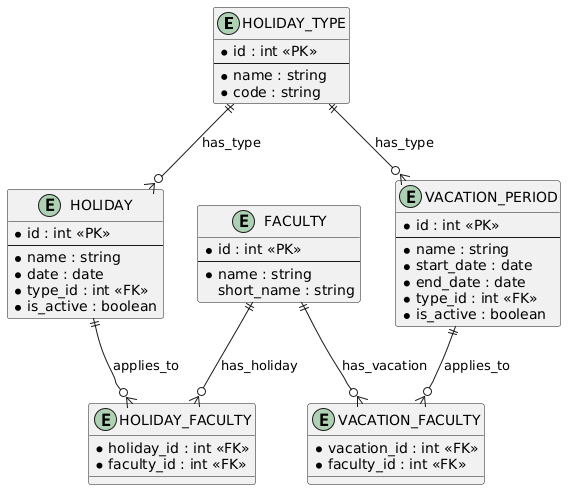
Earlier version of the PlantUML export S21/erd.png (YuriSilenok/KPK_UP2_24-1P11). The source it was exported from:
```plantuml
@startuml
entity HOLIDAY_TYPE {
    * id : int <<PK>>
    --
    * name : string
    * code : string
}

entity HOLIDAY {
    * id : int <<PK>>
    --
    * name : string
    * date : date
    * type_id : int <<FK>>
    * is_active : boolean
}

entity VACATION_PERIOD {
    * id : int <<PK>>
    --
    * name : string
    * start_date : date
    * end_date : date
    * type_id : int <<FK>>
    * is_active : boolean
}

entity FACULTY {
    * id : int <<PK>>
    --
    * name : string
    short_name : string
}

entity HOLIDAY_FACULTY {
    * holiday_id : int <<FK>>
    * faculty_id : int <<FK>>
}

entity VACATION_FACULTY {
    * vacation_id : int <<FK>>
    * faculty_id : int <<FK>>
}

HOLIDAY_TYPE ||--o{ HOLIDAY : has_type
HOLIDAY_TYPE ||--o{ VACATION_PERIOD : has_type
HOLIDAY ||--o{ HOLIDAY_FACULTY : applies_to
VACATION_PERIOD ||--o{ VACATION_FACULTY : applies_to
FACULTY ||--o{ HOLIDAY_FACULTY : has_holiday
FACULTY ||--o{ VACATION_FACULTY : has_vacation
@enduml
```
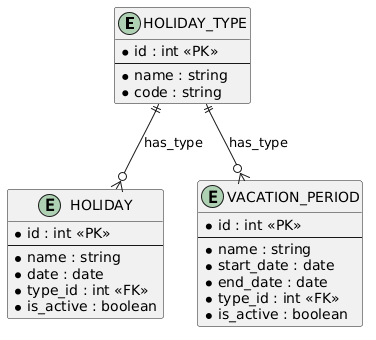
The same diagram one commit later.

Diff of the diagram source:
```diff
@@ -1,12 +1,12 @@
 @startuml
-entity HOLIDAY_TYPE {
+entity "HOLIDAY_TYPE" as HT {
     * id : int <<PK>>
     --
     * name : string
     * code : string
 }
 
-entity HOLIDAY {
+entity "HOLIDAY" as H {
     * id : int <<PK>>
     --
     * name : string
@@ -15,7 +15,7 @@
     * is_active : boolean
 }
 
-entity VACATION_PERIOD {
+entity "VACATION_PERIOD" as VP {
     * id : int <<PK>>
     --
     * name : string
@@ -25,27 +25,6 @@
     * is_active : boolean
 }
 
-entity FACULTY {
-    * id : int <<PK>>
-    --
-    * name : string
-    short_name : string
-}
-
-entity HOLIDAY_FACULTY {
-    * holiday_id : int <<FK>>
-    * faculty_id : int <<FK>>
-}
-
-entity VACATION_FACULTY {
-    * vacation_id : int <<FK>>
-    * faculty_id : int <<FK>>
-}
-
-HOLIDAY_TYPE ||--o{ HOLIDAY : has_type
-HOLIDAY_TYPE ||--o{ VACATION_PERIOD : has_type
-HOLIDAY ||--o{ HOLIDAY_FACULTY : applies_to
-VACATION_PERIOD ||--o{ VACATION_FACULTY : applies_to
-FACULTY ||--o{ HOLIDAY_FACULTY : has_holiday
-FACULTY ||--o{ VACATION_FACULTY : has_vacation
+HT ||--o{ H : "has_type"
+HT ||--o{ VP : "has_type"
 @enduml
```
